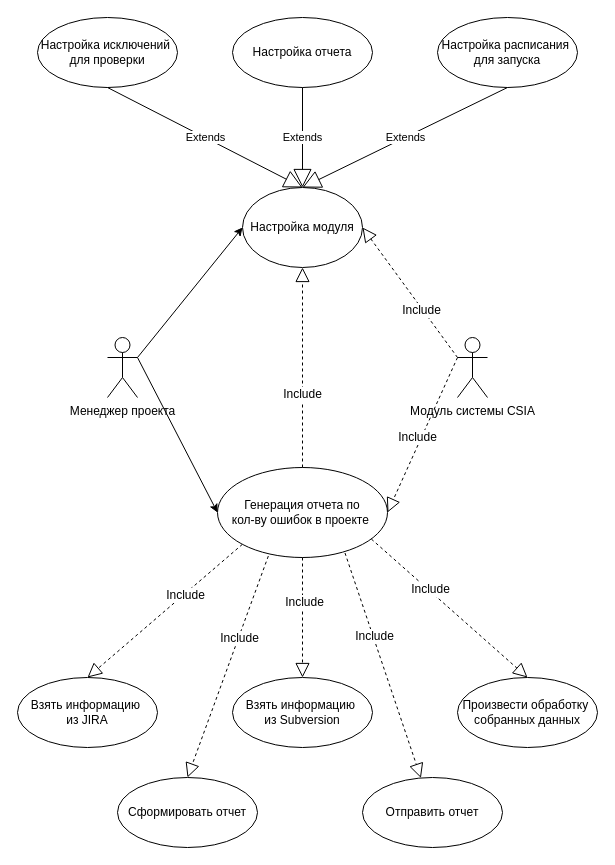
This is 7 семестр/Проектирование ПО/lab3/Untitled Diagram.drawio from Rokfessor/Std, a draw.io file, before an edit. Source tidied: cells renumbered, new cells numbered last; positions are measured from the earlier drawing's top-left corner, leaving out a move shared by most shapes. Both pictures are drawn from the tidied source at 100%, with x=0, y=0 at pixel (17, 17).
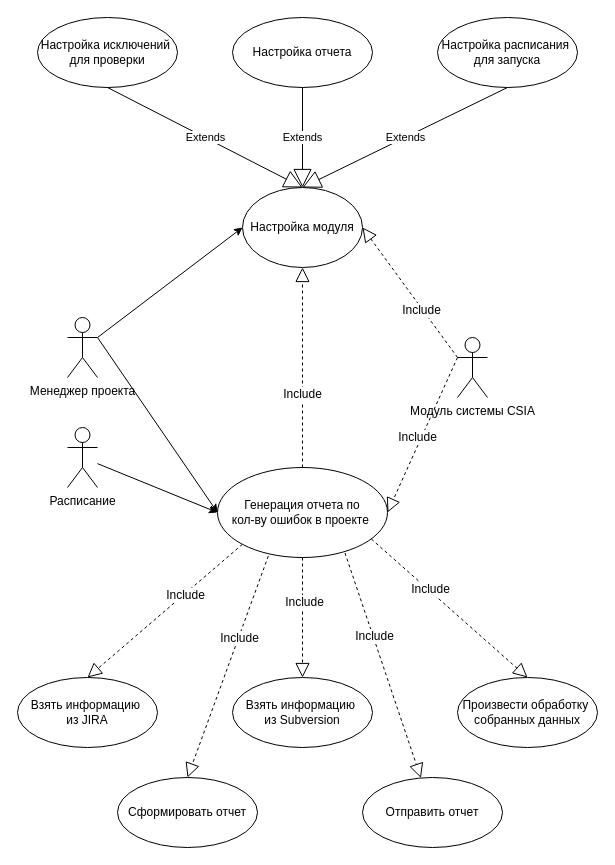
The same page after the edit.

The change refers to these unchanged cells:
```xml
<mxCell id="3" value="Генерация отчета по&lt;br&gt;кол-ву ошибок в проекте&amp;nbsp;" style="ellipse;whiteSpace=wrap;html=1;" parent="1" vertex="1">
  <mxGeometry x="200" y="450" width="170" height="90" as="geometry" />
</mxCell>
```

Change to the diagram source:
```diff
@@
     <mxCell id="2" value="Менеджер проекта" style="shape=umlActor;verticalLabelPosition=bottom;verticalAlign=top;html=1;outlineConnect=0;" parent="1" vertex="1">
-      <mxGeometry x="90" y="320" width="30" height="60" as="geometry" />
+      <mxGeometry x="50" y="300" width="30" height="60" as="geometry" />
     </mxCell>
@@
+    <mxCell id="35" value="Расписание" style="shape=umlActor;verticalLabelPosition=bottom;verticalAlign=top;html=1;outlineConnect=0;" parent="1" vertex="1">
+      <mxGeometry x="50" y="410" width="30" height="60" as="geometry" />
+    </mxCell>
+    <mxCell id="36" style="endArrow=classic;html=1;rounded=0;entryX=0;entryY=0.5;entryDx=0;entryDy=0;" parent="1" edge="1" source="35" target="3">
+      <mxGeometry relative="1" as="geometry" />
+    </mxCell>
```
